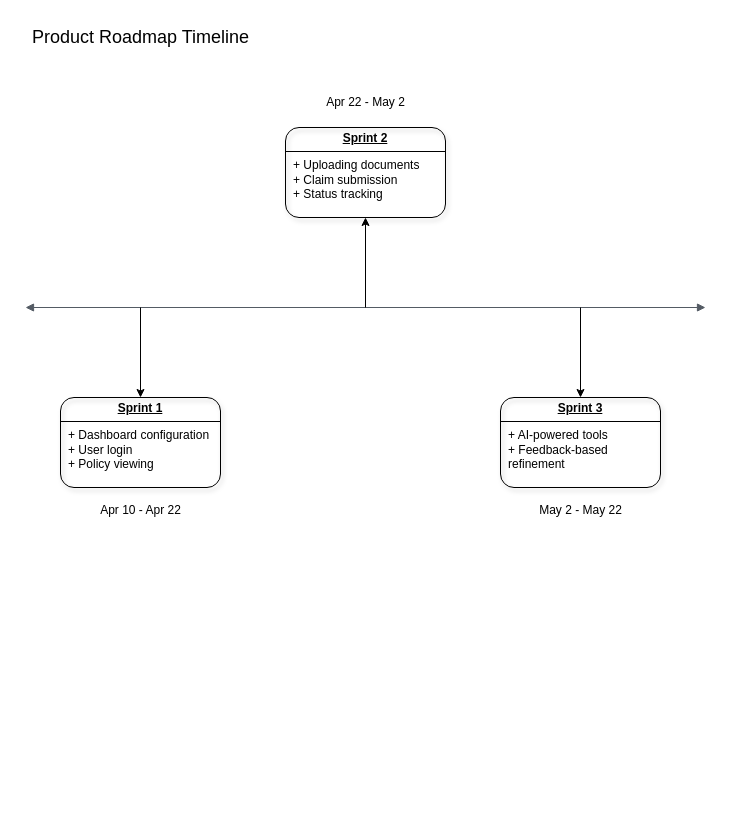
This is Project: Agile Software Engineering Diagram 2.drawio from Matasem-h/SimpleFlowcharts, a draw.io file, before an edit. Source tidied: cells renumbered, new cells numbered last; positions are measured from the earlier drawing's top-left corner, leaving out a move shared by most shapes. Both pictures are drawn from the tidied source at 100%, with x=0, y=0 at pixel (20, 17).
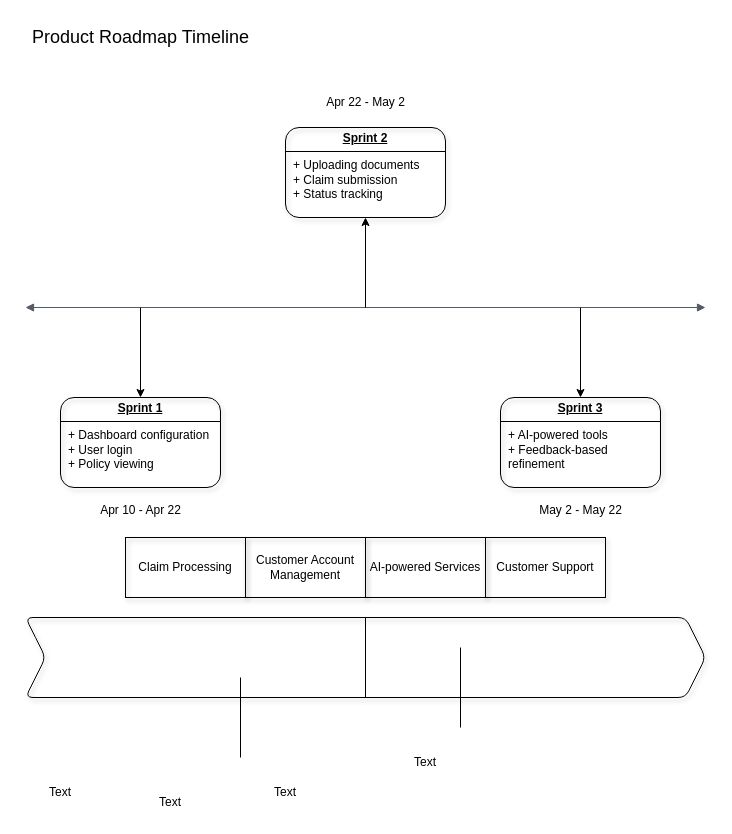
Above is the later version.

Change to the diagram source:
```diff
@@
+    <mxCell id="13" value="Claim Processing" style="rounded=0;whiteSpace=wrap;html=1;shadow=1;glass=0;strokeColor=default;strokeWidth=1;align=center;verticalAlign=middle;arcSize=15;fontFamily=Helvetica;fontSize=12;fontColor=default;fontStyle=0;horizontal=1;fillColor=none;" parent="1" vertex="1">
+      <mxGeometry x="105" y="520" width="120" height="60" as="geometry" />
+    </mxCell>
+    <mxCell id="14" value="Customer Account Management" style="rounded=0;whiteSpace=wrap;html=1;shadow=1;glass=0;strokeColor=default;strokeWidth=1;align=center;verticalAlign=middle;arcSize=15;fontFamily=Helvetica;fontSize=12;fontColor=default;fontStyle=0;horizontal=1;fillColor=none;" parent="1" vertex="1">
+      <mxGeometry x="225" y="520" width="120" height="60" as="geometry" />
+    </mxCell>
+    <mxCell id="15" value="AI-powered Services" style="rounded=0;whiteSpace=wrap;html=1;shadow=1;glass=0;strokeColor=default;strokeWidth=1;align=center;verticalAlign=middle;arcSize=15;fontFamily=Helvetica;fontSize=12;fontColor=default;fontStyle=0;horizontal=1;fillColor=none;" parent="1" vertex="1">
+      <mxGeometry x="345" y="520" width="120" height="60" as="geometry" />
+    </mxCell>
+    <mxCell id="16" value="Customer Support" style="rounded=0;whiteSpace=wrap;html=1;shadow=1;glass=0;strokeColor=default;strokeWidth=1;align=center;verticalAlign=middle;arcSize=15;fontFamily=Helvetica;fontSize=12;fontColor=default;fontStyle=0;horizontal=1;fillColor=none;" parent="1" vertex="1">
+      <mxGeometry x="465" y="520" width="120" height="60" as="geometry" />
+    </mxCell>
+    <mxCell id="17" style="shape=step;perimeter=stepPerimeter;whiteSpace=wrap;html=1;fixedSize=1;rounded=1;shadow=1;glass=0;strokeColor=default;strokeWidth=1;align=center;verticalAlign=middle;arcSize=15;fontFamily=Helvetica;fontSize=12;fontColor=default;fontStyle=0;horizontal=1;fillColor=none;" parent="1" vertex="1">
+      <mxGeometry x="5" y="600" width="680" height="80" as="geometry" />
+    </mxCell>
+    <mxCell id="18" style="endArrow=none;html=1;rounded=0;fontFamily=Helvetica;fontSize=12;fontColor=default;fontStyle=0;horizontal=1;exitX=0.507;exitY=1.02;exitDx=0;exitDy=0;exitPerimeter=0;" parent="1" edge="1">
+      <mxGeometry relative="1" as="geometry">
+        <mxPoint x="345" y="680" as="sourcePoint" />
+        <mxPoint x="345" y="600" as="targetPoint" />
+      </mxGeometry>
+    </mxCell>
+    <mxCell id="19" value="Text" style="text;html=1;align=center;verticalAlign=middle;whiteSpace=wrap;rounded=0;fontFamily=Helvetica;fontSize=12;fontColor=default;fontStyle=0;horizontal=1;" parent="1" vertex="1">
+      <mxGeometry x="10" y="760" width="60" height="30" as="geometry" />
+    </mxCell>
+    <mxCell id="20" value="Text" style="text;html=1;align=center;verticalAlign=middle;whiteSpace=wrap;rounded=0;fontFamily=Helvetica;fontSize=12;fontColor=default;fontStyle=0;horizontal=1;" parent="1" vertex="1">
+      <mxGeometry x="120" y="770" width="60" height="30" as="geometry" />
+    </mxCell>
+    <mxCell id="21" value="Text" style="text;html=1;align=center;verticalAlign=middle;whiteSpace=wrap;rounded=0;fontFamily=Helvetica;fontSize=12;fontColor=default;fontStyle=0;horizontal=1;" parent="1" vertex="1">
+      <mxGeometry x="235" y="760" width="60" height="30" as="geometry" />
+    </mxCell>
+    <mxCell id="22" value="Text" style="text;html=1;align=center;verticalAlign=middle;whiteSpace=wrap;rounded=0;fontFamily=Helvetica;fontSize=12;fontColor=default;fontStyle=0;horizontal=1;" parent="1" vertex="1">
+      <mxGeometry x="375" y="730" width="60" height="30" as="geometry" />
+    </mxCell>
+    <mxCell id="23" style="endArrow=none;html=1;rounded=0;fontFamily=Helvetica;fontSize=12;fontColor=default;fontStyle=0;horizontal=1;exitX=0.507;exitY=1.02;exitDx=0;exitDy=0;exitPerimeter=0;" parent="1" edge="1">
+      <mxGeometry relative="1" as="geometry">
+        <mxPoint x="440" y="710" as="sourcePoint" />
+        <mxPoint x="440" y="630" as="targetPoint" />
+      </mxGeometry>
+    </mxCell>
+    <mxCell id="24" style="endArrow=none;html=1;rounded=0;fontFamily=Helvetica;fontSize=12;fontColor=default;fontStyle=0;horizontal=1;exitX=0.507;exitY=1.02;exitDx=0;exitDy=0;exitPerimeter=0;" parent="1" edge="1">
+      <mxGeometry relative="1" as="geometry">
+        <mxPoint x="220" y="740" as="sourcePoint" />
+        <mxPoint x="220" y="660" as="targetPoint" />
+      </mxGeometry>
+    </mxCell>
```
